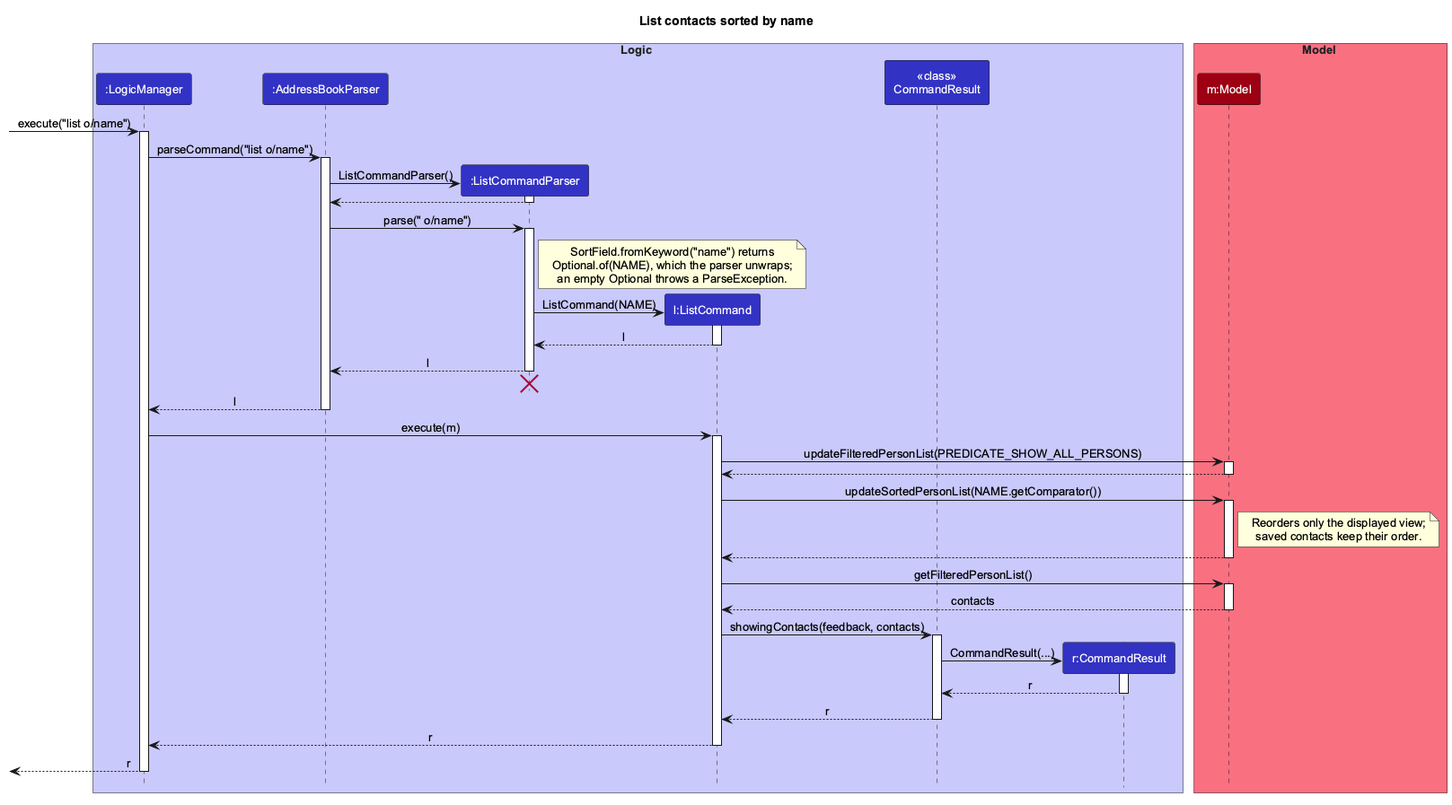
The PlantUML diagram docs/images/ListSortSequenceDiagram.png in AY2627S1-CS2103T-W11-2/tp, before a commit.
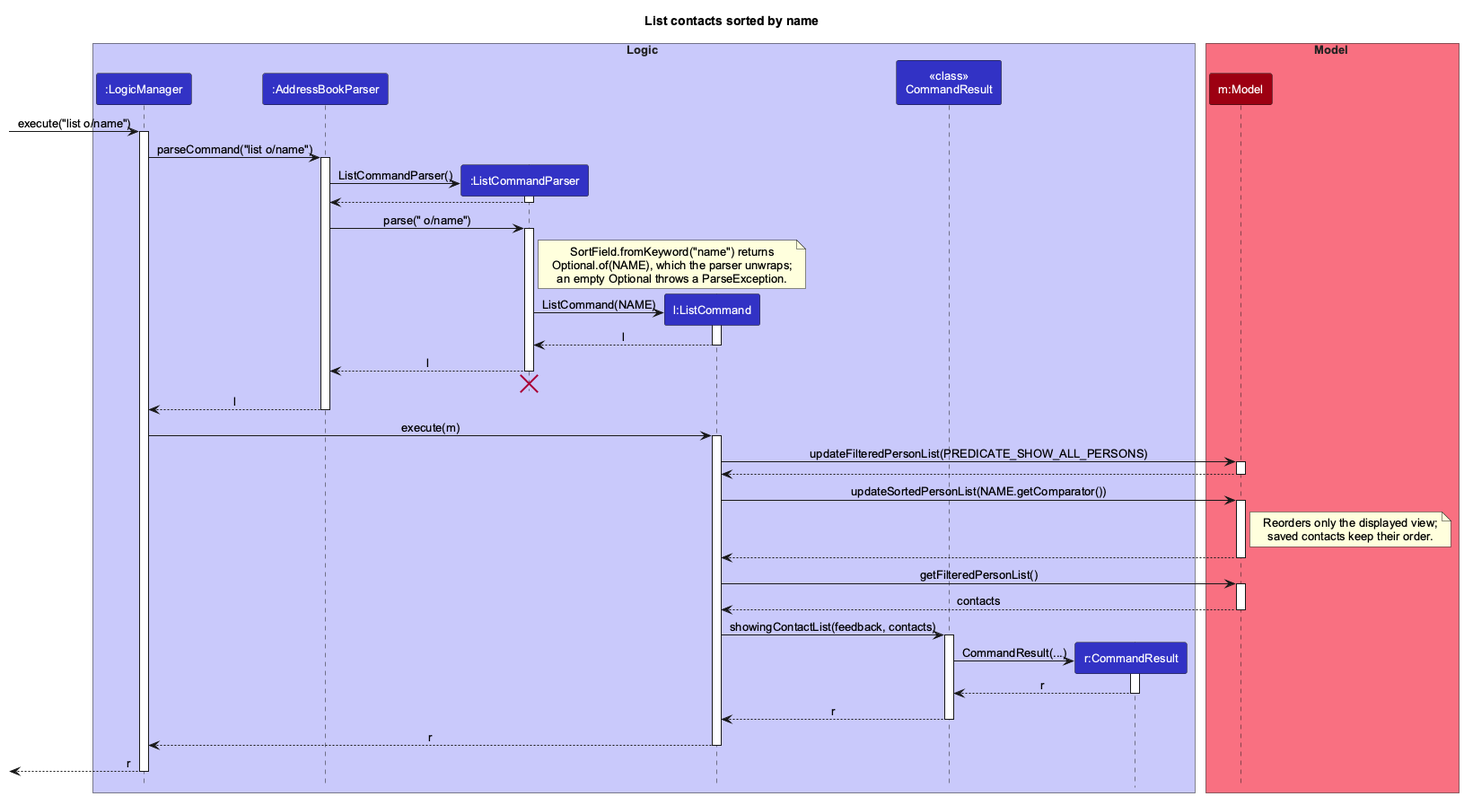
The same diagram one commit later.

The edit, as a diff of the source:
```diff
@@ -67,7 +67,7 @@
 Model --> ListCommand : contacts
 deactivate Model
 
-ListCommand -> CommandResultClass : showingContacts(feedback, contacts)
+ListCommand -> CommandResultClass : showingContactList(feedback, contacts)
 activate CommandResultClass
 create CommandResult
 CommandResultClass -> CommandResult : CommandResult(...)
```
